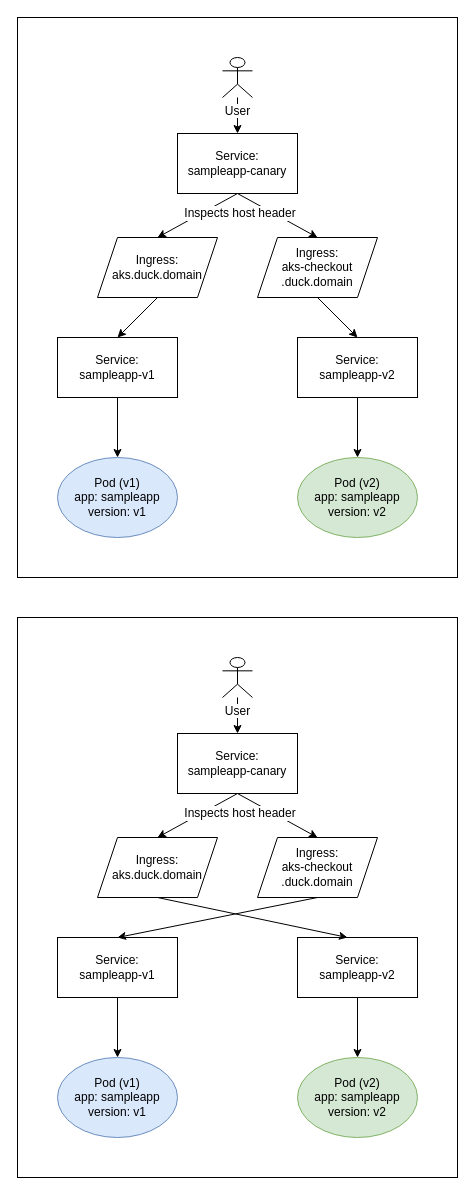
The draw.io diagram images/ingress-bg.drawio in implodingduck/aks-blue-green-canary, before the edit. Source tidied: cells renumbered, new cells numbered last; positions are measured from the earlier drawing's top-left corner, leaving out a move shared by most shapes. Both pictures are drawn from the tidied source at 100%, with x=0, y=0 at pixel (17, 17).
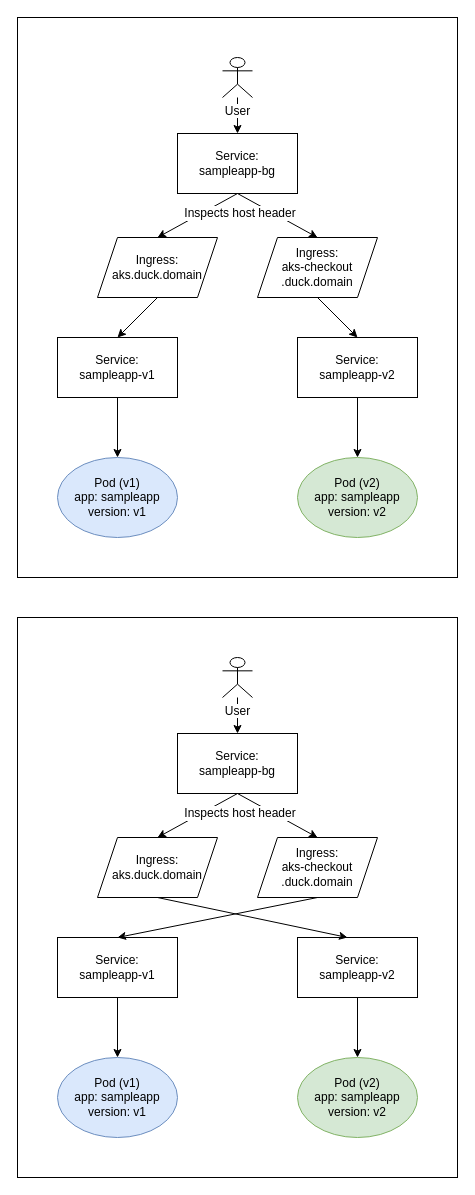
Above is the later version.

Diff of the diagram source:
```diff
@@
-    <mxCell id="6" value="Service:&lt;br&gt;sampleapp-canary" style="rounded=0;whiteSpace=wrap;html=1;" parent="1" vertex="1">
+    <mxCell id="6" value="Service:&lt;br&gt;sampleapp-bg" style="rounded=0;whiteSpace=wrap;html=1;" parent="1" vertex="1">
       <mxGeometry x="160" y="116" width="120" height="60" as="geometry" />
     </mxCell>
@@
-    <mxCell id="22" value="Service:&lt;br&gt;sampleapp-canary" style="rounded=0;whiteSpace=wrap;html=1;" parent="1" vertex="1">
+    <mxCell id="22" value="Service:&lt;br&gt;sampleapp-bg" style="rounded=0;whiteSpace=wrap;html=1;" parent="1" vertex="1">
       <mxGeometry x="160" y="716" width="120" height="60" as="geometry" />
     </mxCell>
```
